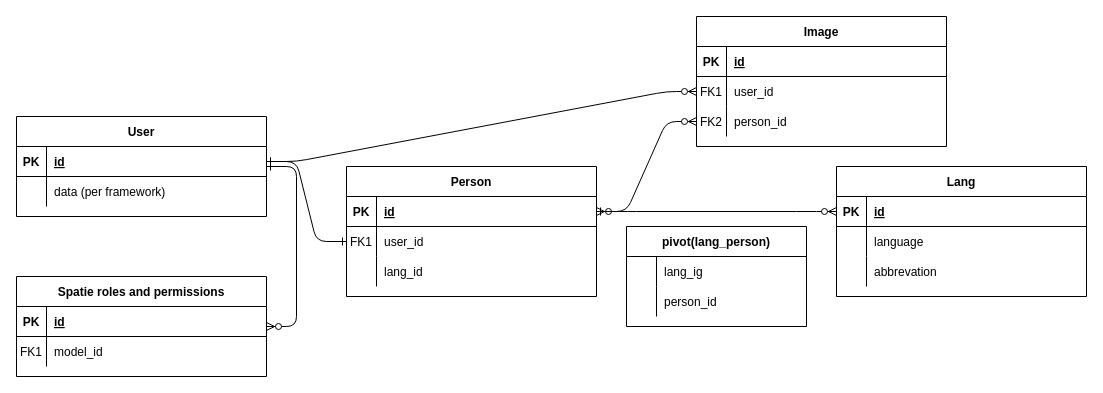
This is doc/debug/Relationship_Modell.drawio from erth5/Laravel-9-Debug-Template, a draw.io file, before an edit. Source tidied: cells renumbered, new cells numbered last; positions are measured from the earlier drawing's top-left corner, leaving out a move shared by most shapes. Both pictures are drawn from the tidied source at 100%, with x=0, y=0 at pixel (16, 16).
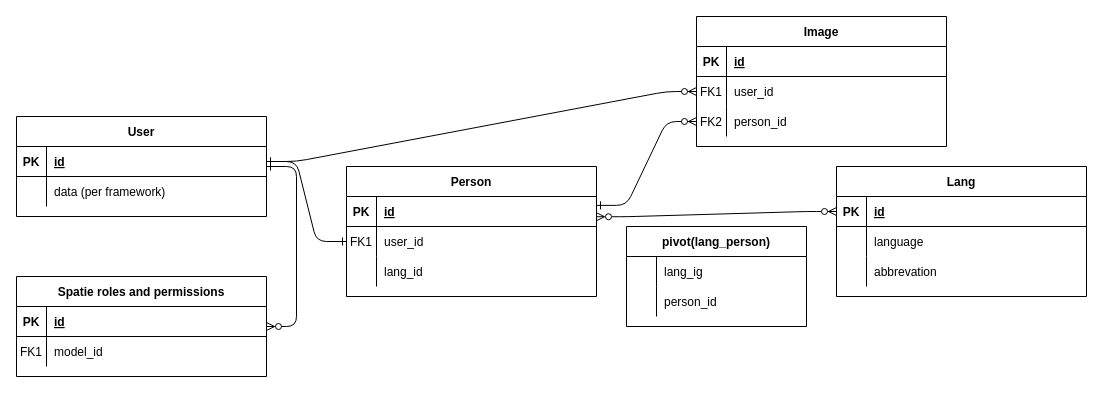
The same page after the edit.

The change refers to these unchanged cells:
```xml
<mxCell id="5" style="shape=partialRectangle;fillColor=none;points=[[0,0.5],[1,0.5]];portConstraint=eastwest;top=0;left=0;right=0;bottom=1;" parent="4" vertex="1">
  <mxGeometry y="30" width="250" height="30" as="geometry" />
</mxCell>
<mxCell id="21" style="shape=partialRectangle;fillColor=none;points=[[0,0.5],[1,0.5]];portConstraint=eastwest;top=0;left=0;right=0;bottom=0;" parent="14" vertex="1">
  <mxGeometry y="90" width="250" height="30" as="geometry" />
</mxCell>
<mxCell id="32" style="shape=partialRectangle;fillColor=none;points=[[0,0.5],[1,0.5]];portConstraint=eastwest;top=0;left=0;right=0;bottom=1;" parent="31" vertex="1">
  <mxGeometry y="30" width="250" height="30" as="geometry" />
</mxCell>
```

The edit, as a diff of the source:
```diff
@@
-    <mxCell id="3" style="edgeStyle=entityRelationEdgeStyle;endArrow=ERzeroToMany;startArrow=ERone;endFill=1;startFill=0;" parent="1" edge="1" source="5" target="21">
+    <mxCell id="3" style="edgeStyle=entityRelationEdgeStyle;endArrow=ERzeroToMany;startArrow=ERone;endFill=1;startFill=0;exitX=1;exitY=0.296;exitDx=0;exitDy=0;exitPerimeter=0;" parent="1" edge="1" source="5" target="21">
       <mxGeometry relative="1" as="geometry" />
     </mxCell>
@@
-    <mxCell id="41" style="edgeStyle=entityRelationEdgeStyle;endArrow=ERzeroToMany;startArrow=ERzeroToMany;endFill=1;startFill=0;" parent="1" edge="1" source="5" target="32">
+    <mxCell id="41" style="edgeStyle=entityRelationEdgeStyle;endArrow=ERzeroToMany;startArrow=ERzeroToMany;endFill=1;startFill=0;exitX=1;exitY=0.674;exitDx=0;exitDy=0;exitPerimeter=0;" parent="1" edge="1" source="5" target="32">
       <mxGeometry relative="1" as="geometry" />
     </mxCell>
```
